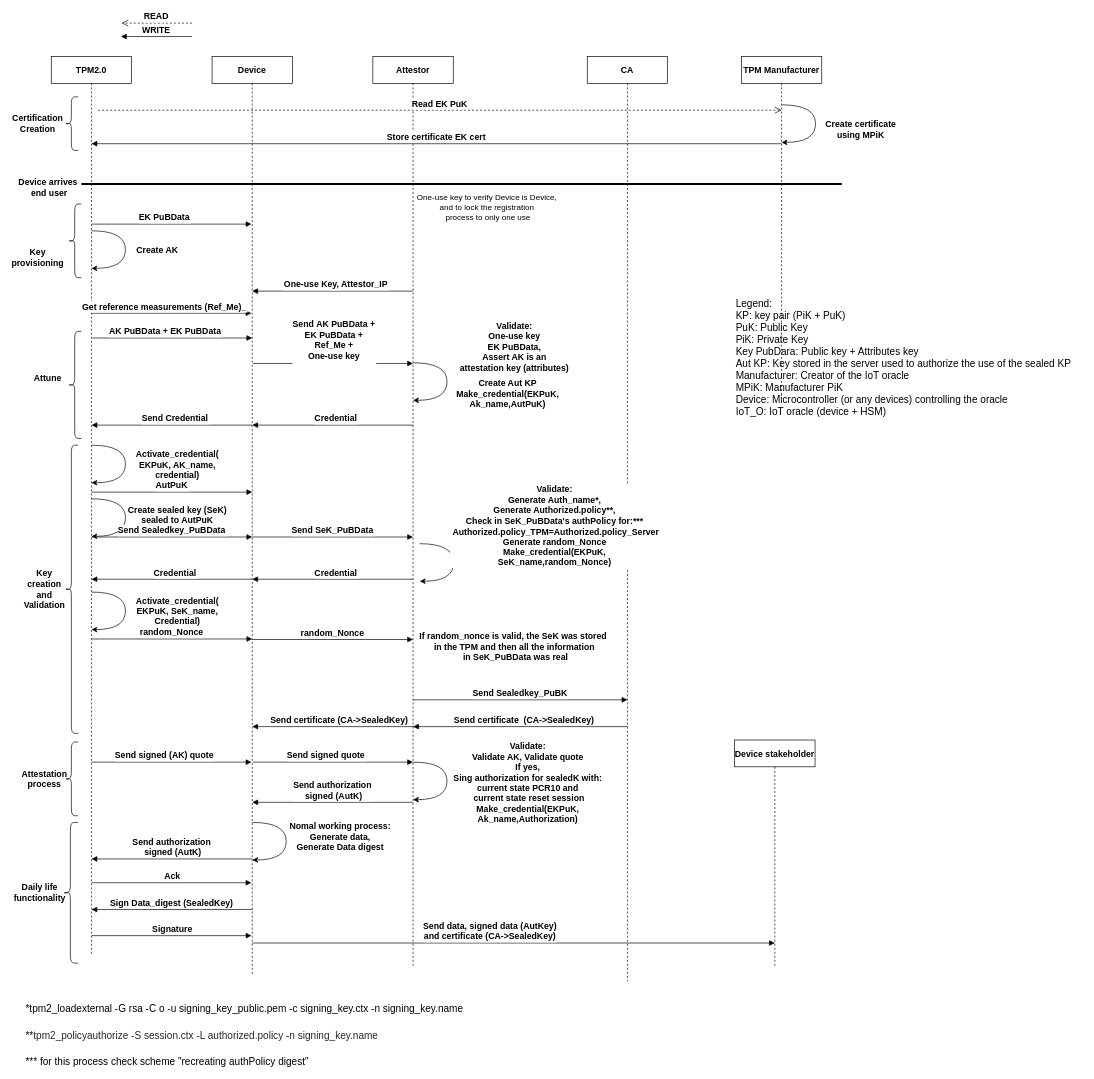
Earlier version of the draw.io diagram server_remote/Scheme.drawio (ernesto418/Remote_attestation_server). Source tidied: cells renumbered, new cells numbered last; positions are measured from the earlier drawing's top-left corner, leaving out a move shared by most shapes. Both pictures are drawn from the tidied source at 67%, with x=0, y=0 at pixel (14, 23).
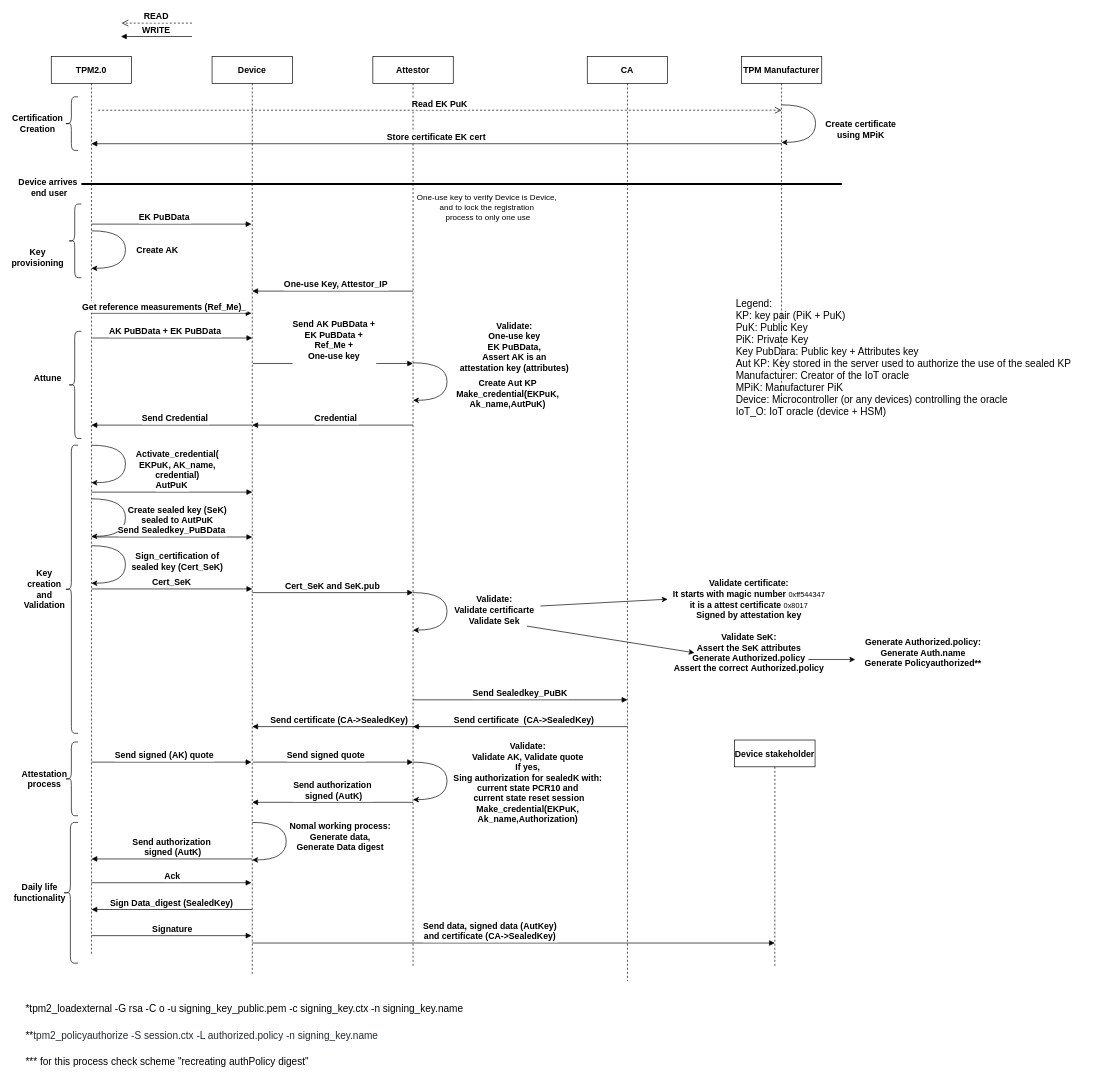
The same page after the edit.

The change refers to these unchanged cells:
```xml
<mxCell id="3" value="Device" style="shape=umlLifeline;perimeter=lifelinePerimeter;rounded=0;shadow=0;strokeWidth=1;fontStyle=1;fontSize=13;" parent="1" vertex="1">
  <mxGeometry x="295" y="50" width="120" height="1370" as="geometry" />
</mxCell>
<mxCell id="4" value="Attestor" style="shape=umlLifeline;perimeter=lifelinePerimeter;rounded=0;shadow=0;strokeWidth=1;fontStyle=1;fontSize=13;" parent="1" vertex="1">
  <mxGeometry x="535" y="50" width="120" height="1360" as="geometry" />
</mxCell>
<mxCell id="25" value="CA" style="shape=umlLifeline;perimeter=lifelinePerimeter;rounded=0;shadow=0;strokeWidth=1;fontStyle=1;fontSize=13;" parent="1" vertex="1">
  <mxGeometry x="855" y="50" width="120" height="1380" as="geometry" />
</mxCell>
```

What changed in the source:
```diff
@@
+    <mxCell id="40" value="Cert_SeK and SeK.pub" style="verticalAlign=bottom;endArrow=block;shadow=0;strokeWidth=1;fontStyle=1;fontSize=13;" parent="3" edge="1">
+      <mxGeometry relative="1" as="geometry">
+        <mxPoint x="60" y="800" as="sourcePoint" />
+        <mxPoint x="300" y="800" as="targetPoint" />
+      </mxGeometry>
+    </mxCell>
+    <mxCell id="81" value="Cert_SeK" style="verticalAlign=bottom;endArrow=block;shadow=0;strokeWidth=1;fontStyle=1;fontSize=13;" parent="3" edge="1">
+      <mxGeometry relative="1" as="geometry">
+        <mxPoint x="-180" y="794.5" as="sourcePoint" />
+        <mxPoint x="60" y="794.5" as="targetPoint" />
+      </mxGeometry>
+    </mxCell>
+    <mxCell id="82" style="curved=1;endArrow=classic;html=1;" parent="3" edge="1">
+      <mxGeometry relative="1" as="geometry">
+        <mxPoint x="-180" y="730" as="sourcePoint" />
+        <mxPoint x="-180" y="786" as="targetPoint" />
+        <Array as="points">
+          <mxPoint x="-129.3" y="730" />
+          <mxPoint x="-129.3" y="786" />
+        </Array>
+      </mxGeometry>
+    </mxCell>
+    <mxCell id="83" value="&lt;span style=&quot;font-size: 13px ; font-weight: 700&quot;&gt;Sign_certification of&lt;/span&gt;&lt;br style=&quot;padding: 0px ; margin: 0px ; font-size: 13px ; font-weight: 700&quot;&gt;&lt;span style=&quot;font-size: 13px ; font-weight: 700&quot;&gt;sealed key (Cert_SeK)&lt;/span&gt;&lt;span style=&quot;font-size: 13px&quot;&gt;&lt;b&gt;&lt;br&gt;&lt;/b&gt;&lt;/span&gt;" style="edgeLabel;html=1;align=center;verticalAlign=middle;" parent="82" vertex="1">
+      <mxGeometry x="-0.36" y="-8" relative="1" as="geometry">
+        <mxPoint x="77" y="15" as="offset" />
+      </mxGeometry>
+    </mxCell>
@@
+    <mxCell id="84" style="curved=1;endArrow=classic;html=1;" parent="4" edge="1">
+      <mxGeometry relative="1" as="geometry">
+        <mxPoint x="60" y="800" as="sourcePoint" />
+        <mxPoint x="60" y="856" as="targetPoint" />
+        <Array as="points">
+          <mxPoint x="110.7" y="800" />
+          <mxPoint x="110.7" y="856" />
+        </Array>
+      </mxGeometry>
+    </mxCell>
+    <mxCell id="85" value="&lt;span style=&quot;font-size: 13px&quot;&gt;&lt;b&gt;Validate:&lt;br&gt;&lt;/b&gt;&lt;/span&gt;&lt;b style=&quot;font-size: 13px&quot;&gt;Validate&amp;nbsp;&lt;/b&gt;&lt;span style=&quot;font-size: 13px&quot;&gt;&lt;b&gt;certificarte&lt;br&gt;&lt;/b&gt;&lt;/span&gt;&lt;b style=&quot;font-size: 13px&quot;&gt;Validate Sek&lt;/b&gt;&lt;span style=&quot;font-size: 13px&quot;&gt;&lt;b&gt;&lt;br&gt;&lt;br&gt;&lt;/b&gt;&lt;/span&gt;" style="edgeLabel;html=1;align=center;verticalAlign=middle;" parent="84" vertex="1">
+      <mxGeometry x="-0.36" y="-8" relative="1" as="geometry">
+        <mxPoint x="70" y="25" as="offset" />
+      </mxGeometry>
+    </mxCell>
@@
+    <mxCell id="86" style="endArrow=classic;html=1;" parent="25" edge="1">
+      <mxGeometry relative="1" as="geometry">
+        <mxPoint x="-70" y="820" as="sourcePoint" />
+        <mxPoint x="120" y="809.8" as="targetPoint" />
+      </mxGeometry>
+    </mxCell>
@@
-    <mxCell id="40" value="Send SeK_PuBData" style="verticalAlign=bottom;endArrow=block;shadow=0;strokeWidth=1;fontStyle=1;fontSize=13;" parent="1" edge="1">
-      <mxGeometry relative="1" as="geometry">
-        <mxPoint x="355" y="767" as="sourcePoint" />
-        <mxPoint x="595" y="767" as="targetPoint" />
-      </mxGeometry>
-    </mxCell>
@@
-    <mxCell id="62" style="curved=1;endArrow=classic;html=1;" parent="1" edge="1">
-      <mxGeometry relative="1" as="geometry">
-        <mxPoint x="605" y="777" as="sourcePoint" />
-        <mxPoint x="605" y="833" as="targetPoint" />
-        <Array as="points">
-          <mxPoint x="655.7" y="777" />
-          <mxPoint x="655.7" y="833" />
-        </Array>
-      </mxGeometry>
-    </mxCell>
-    <mxCell id="63" value="&lt;span style=&quot;font-size: 13px&quot;&gt;&lt;b&gt;Validate:&lt;br&gt;&lt;/b&gt;&lt;/span&gt;&lt;span style=&quot;font-size: 13px&quot;&gt;&lt;b&gt;Generate Auth_name*,&lt;br&gt;Generate Authorized.policy**,&lt;br&gt;Check in SeK_PuBData's&amp;nbsp;&lt;/b&gt;&lt;/span&gt;&lt;font style=&quot;font-size: 13px&quot;&gt;&lt;b&gt;authPolicy&lt;/b&gt;&lt;/font&gt;&lt;span style=&quot;font-size: 13px&quot;&gt;&lt;b&gt;&amp;nbsp;for:***&lt;br&gt;&amp;nbsp;&lt;/b&gt;&lt;/span&gt;&lt;b style=&quot;font-size: 13px&quot;&gt;Authorized.policy_TPM=&lt;/b&gt;&lt;b style=&quot;font-size: 13px&quot;&gt;Authorized.policy_Server&lt;br&gt;&lt;/b&gt;&lt;span style=&quot;font-size: 13px&quot;&gt;&lt;b&gt;Generate random_Nonce&lt;br&gt;&lt;/b&gt;&lt;/span&gt;&lt;b style=&quot;font-size: 13px&quot;&gt;Make_credential(EKPuK,&lt;br&gt;SeK_name,&lt;/b&gt;&lt;b style=&quot;font-size: 13px&quot;&gt;random_Nonce&lt;/b&gt;&lt;b style=&quot;font-size: 13px&quot;&gt;)&lt;/b&gt;&lt;span style=&quot;font-size: 13px&quot;&gt;&lt;b&gt;&lt;br&gt;&lt;/b&gt;&lt;/span&gt;" style="edgeLabel;html=1;align=center;verticalAlign=middle;" parent="62" vertex="1">
-      <mxGeometry x="-0.36" y="-8" relative="1" as="geometry">
-        <mxPoint x="150" y="-35" as="offset" />
-      </mxGeometry>
-    </mxCell>
@@
-    <mxCell id="73" value="Credential" style="verticalAlign=bottom;endArrow=block;endSize=6;shadow=0;strokeWidth=1;fontStyle=1;fontSize=13;endFill=1;" parent="1" edge="1">
-      <mxGeometry x="-0.04" relative="1" as="geometry">
-        <mxPoint x="595" y="830" as="sourcePoint" />
-        <mxPoint x="355" y="830" as="targetPoint" />
-      </mxGeometry>
-    </mxCell>
-    <mxCell id="74" value="Credential" style="verticalAlign=bottom;endArrow=block;endSize=6;shadow=0;strokeWidth=1;fontStyle=1;fontSize=13;endFill=1;" parent="1" edge="1">
-      <mxGeometry x="-0.04" relative="1" as="geometry">
-        <mxPoint x="355" y="830" as="sourcePoint" />
-        <mxPoint x="115" y="830" as="targetPoint" />
-      </mxGeometry>
-    </mxCell>
-    <mxCell id="75" value="random_Nonce" style="verticalAlign=bottom;endArrow=block;shadow=0;strokeWidth=1;fontStyle=1;fontSize=13;" parent="1" edge="1">
-      <mxGeometry relative="1" as="geometry">
-        <mxPoint x="115" y="919.2" as="sourcePoint" />
-        <mxPoint x="355" y="919.2" as="targetPoint" />
-      </mxGeometry>
-    </mxCell>
-    <mxCell id="76" style="curved=1;endArrow=classic;html=1;" parent="1" edge="1">
-      <mxGeometry relative="1" as="geometry">
-        <mxPoint x="115" y="849.2" as="sourcePoint" />
-        <mxPoint x="115" y="905.2" as="targetPoint" />
-        <Array as="points">
-          <mxPoint x="165.7" y="849.2" />
-          <mxPoint x="165.7" y="905.2" />
-        </Array>
-      </mxGeometry>
-    </mxCell>
-    <mxCell id="77" value="&lt;span style=&quot;font-size: 13px&quot;&gt;&lt;b&gt;Activate_credential(&lt;br&gt;EKPuK,&amp;nbsp;&lt;/b&gt;&lt;/span&gt;&lt;b style=&quot;font-size: 13px&quot;&gt;SeK_name&lt;/b&gt;&lt;span style=&quot;font-size: 13px&quot;&gt;&lt;b&gt;,&lt;br&gt;&lt;/b&gt;&lt;/span&gt;&lt;span style=&quot;font-size: 13px ; font-weight: 700&quot;&gt;Credential&lt;/span&gt;&lt;span style=&quot;font-size: 13px&quot;&gt;&lt;b&gt;)&lt;br&gt;&lt;/b&gt;&lt;/span&gt;" style="edgeLabel;html=1;align=center;verticalAlign=middle;" parent="76" vertex="1">
-      <mxGeometry x="-0.36" y="-8" relative="1" as="geometry">
-        <mxPoint x="77" y="20" as="offset" />
-      </mxGeometry>
-    </mxCell>
-    <mxCell id="78" value="random_Nonce" style="verticalAlign=bottom;endArrow=block;shadow=0;strokeWidth=1;fontStyle=1;fontSize=13;" parent="1" edge="1">
-      <mxGeometry relative="1" as="geometry">
-        <mxPoint x="355" y="920" as="sourcePoint" />
-        <mxPoint x="595" y="920" as="targetPoint" />
-      </mxGeometry>
-    </mxCell>
-    <mxCell id="79" value="&lt;b style=&quot;font-size: 13px&quot;&gt;If random_nonce is valid, the SeK was stored&amp;nbsp;&lt;br&gt;&lt;/b&gt;&lt;span style=&quot;font-size: 13px&quot;&gt;&lt;b&gt;in the TPM and then all the information&lt;br&gt;&amp;nbsp;in SeK_PuBData was real&lt;br&gt;&lt;/b&gt;&lt;/span&gt;" style="edgeLabel;html=1;align=center;verticalAlign=middle;" parent="1" vertex="1">
-      <mxGeometry x="745" y="930" as="geometry" />
-    </mxCell>
@@
+    <mxCell id="87" value="&lt;span style=&quot;font-size: 13px&quot;&gt;&lt;b&gt;Validate certificate:&lt;br&gt;It starts with magic number&amp;nbsp;&lt;/b&gt;&lt;/span&gt;0xff544347&lt;span style=&quot;font-size: 13px&quot;&gt;&lt;b&gt;&lt;br&gt;it is a attest certificate&amp;nbsp;&lt;/b&gt;&lt;/span&gt;0x8017&lt;span style=&quot;font-size: 13px&quot;&gt;&lt;b&gt;&lt;br&gt;Signed by attestation key&lt;br&gt;&lt;/b&gt;&lt;/span&gt;" style="edgeLabel;html=1;align=center;verticalAlign=middle;" parent="1" vertex="1">
+      <mxGeometry x="1095" y="859.8" as="geometry" />
+    </mxCell>
+    <mxCell id="88" value="&lt;span style=&quot;font-size: 13px&quot;&gt;&lt;b&gt;Validate SeK:&lt;br&gt;&lt;/b&gt;&lt;/span&gt;&lt;span style=&quot;font-size: 13px&quot;&gt;&lt;b&gt;Assert the SeK attributes&lt;br&gt;Generate Authorized.policy&lt;br&gt;&lt;/b&gt;&lt;/span&gt;&lt;span style=&quot;font-size: 13px&quot;&gt;&lt;b&gt;Assert the correct&amp;nbsp;&lt;/b&gt;&lt;/span&gt;&lt;b style=&quot;font-size: 13px&quot;&gt;Authorized.policy&lt;/b&gt;&lt;span style=&quot;font-size: 13px&quot;&gt;&lt;b&gt;&lt;br&gt;&lt;/b&gt;&lt;/span&gt;" style="edgeLabel;html=1;align=center;verticalAlign=middle;" parent="1" vertex="1">
+      <mxGeometry x="1095" y="939.8" as="geometry" />
+    </mxCell>
+    <mxCell id="89" style="endArrow=classic;html=1;" parent="1" edge="1">
+      <mxGeometry relative="1" as="geometry">
+        <mxPoint x="765" y="900" as="sourcePoint" />
+        <mxPoint x="1015" y="939.8" as="targetPoint" />
+      </mxGeometry>
+    </mxCell>
+    <mxCell id="90" style="endArrow=classic;html=1;" parent="1" edge="1">
+      <mxGeometry relative="1" as="geometry">
+        <mxPoint x="1185" y="949.8" as="sourcePoint" />
+        <mxPoint x="1255" y="949.8" as="targetPoint" />
+      </mxGeometry>
+    </mxCell>
+    <mxCell id="91" value="&lt;b style=&quot;font-size: 13px&quot;&gt;Generate Authorized.policy:&lt;/b&gt;&lt;span style=&quot;font-size: 13px&quot;&gt;&lt;b&gt;&lt;br&gt;&lt;/b&gt;&lt;/span&gt;&lt;span style=&quot;font-size: 13px&quot;&gt;&lt;b&gt;Generate Auth.name&lt;br&gt;Generate Policyauthorized**&lt;br&gt;&lt;/b&gt;&lt;/span&gt;" style="edgeLabel;html=1;align=center;verticalAlign=middle;" parent="1" vertex="1">
+      <mxGeometry x="1355" y="939.8" as="geometry" />
+    </mxCell>
```
